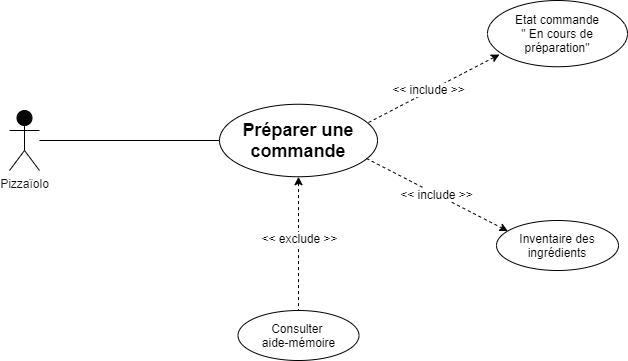
Above: Diag_GestionDesCommandes/Pizzaiolo/usecase_GestionCommandes_PIZ.png in Eidocode/OC_Project4 (draw.io), before the change. Source tidied: cells renumbered, new cells last; positions are measured from the earlier drawing's top-left corner, leaving out a move shared by most shapes. The source it was exported from:
```xml
<mxGraphModel>
  <root>
    <mxCell id="0" />
    <mxCell id="1" parent="0" />
    <mxCell id="2" value="Pizzaïolo" style="shape=umlActor;verticalLabelPosition=bottom;labelBackgroundColor=#ffffff;verticalAlign=top;html=1;fillColor=#050505;fontSize=12;fontColor=#141414;align=center;" parent="1" vertex="1">
      <mxGeometry y="110" width="30" height="60" as="geometry" />
    </mxCell>
    <mxCell id="3" style="endArrow=none;html=1;fontSize=12;fontColor=#141414;entryX=0;entryY=0.5;entryDx=0;entryDy=0;" parent="1" edge="1" source="2" target="4">
      <mxGeometry relative="1" as="geometry" />
    </mxCell>
    <mxCell id="4" value="&lt;font style=&quot;font-size: 18px&quot;&gt;&lt;b&gt;Préparer une commande&lt;/b&gt;&lt;/font&gt;" style="ellipse;whiteSpace=wrap;html=1;" parent="1" vertex="1">
      <mxGeometry x="210" y="103.8" width="158" height="72.5" as="geometry" />
    </mxCell>
    <mxCell id="5" style="endArrow=classic;dashed=1;html=1;entryX=0.086;entryY=0.815;entryDx=0;entryDy=0;exitX=0.943;exitY=0.252;exitDx=0;exitDy=0;startArrow=none;startFill=0;endFill=1;entryPerimeter=0;exitPerimeter=0;" parent="1" edge="1" source="4" target="7">
      <mxGeometry relative="1" as="geometry" />
    </mxCell>
    <mxCell id="6" value="&amp;lt;&amp;lt; include &amp;gt;&amp;gt;" style="text;html=1;align=center;verticalAlign=middle;labelBackgroundColor=#ffffff;" parent="5" vertex="1">
      <mxGeometry x="0.26" relative="1" as="geometry">
        <mxPoint x="-23" y="9.4" as="offset" />
      </mxGeometry>
    </mxCell>
    <mxCell id="7" value="Etat commande&lt;br&gt;&quot; En cours de préparation&quot;" style="ellipse;whiteSpace=wrap;html=1;" parent="1" vertex="1">
      <mxGeometry x="478" width="140" height="66.2" as="geometry" />
    </mxCell>
    <mxCell id="8" style="endArrow=classic;dashed=1;html=1;entryX=0.093;entryY=0.211;entryDx=0;entryDy=0;exitX=0.93;exitY=0.748;exitDx=0;exitDy=0;startArrow=none;startFill=0;endFill=1;entryPerimeter=0;exitPerimeter=0;" parent="1" edge="1" source="4" target="10">
      <mxGeometry relative="1" as="geometry" />
    </mxCell>
    <mxCell id="9" value="&amp;lt;&amp;lt; include &amp;gt;&amp;gt;" style="text;html=1;align=center;verticalAlign=middle;labelBackgroundColor=#ffffff;" parent="8" vertex="1">
      <mxGeometry x="0.26" relative="1" as="geometry">
        <mxPoint x="-19.2" y="-9.7" as="offset" />
      </mxGeometry>
    </mxCell>
    <mxCell id="10" value="Inventaire des&lt;br&gt;ingrédients" style="ellipse;whiteSpace=wrap;html=1;" parent="1" vertex="1">
      <mxGeometry x="487" y="220" width="122" height="50" as="geometry" />
    </mxCell>
    <mxCell id="11" value="Consulter&amp;nbsp;&lt;br&gt;aide-mémoire" style="ellipse;whiteSpace=wrap;html=1;" parent="1" vertex="1">
      <mxGeometry x="228.5" y="310" width="121" height="50" as="geometry" />
    </mxCell>
    <mxCell id="12" style="endArrow=none;dashed=1;html=1;entryX=0.5;entryY=0;entryDx=0;entryDy=0;exitX=0.5;exitY=1;exitDx=0;exitDy=0;startArrow=classic;startFill=1;endFill=0;" parent="1" edge="1" source="4" target="11">
      <mxGeometry relative="1" as="geometry" />
    </mxCell>
    <mxCell id="13" value="&amp;lt;&amp;lt; exclude &amp;gt;&amp;gt;" style="text;html=1;align=center;verticalAlign=middle;labelBackgroundColor=#ffffff;" parent="12" vertex="1">
      <mxGeometry x="0.26" relative="1" as="geometry">
        <mxPoint y="-23.1" as="offset" />
      </mxGeometry>
    </mxCell>
  </root>
</mxGraphModel>
```
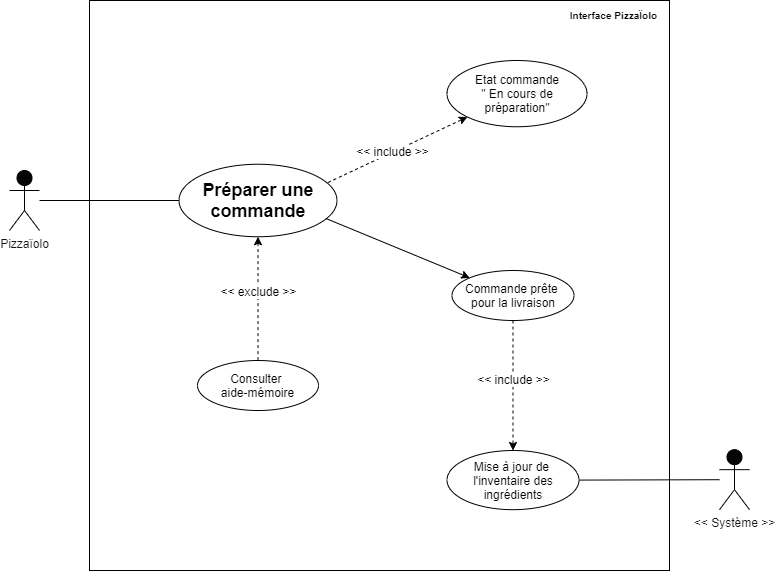
The same file after the commit.

Commit message:
Add diagrams Feedback Sprint3

What changed in the source:
```diff
@@ -3,15 +3,15 @@
     <mxCell id="0" />
     <mxCell id="1" parent="0" />
     <mxCell id="2" value="Pizzaïolo" style="shape=umlActor;verticalLabelPosition=bottom;labelBackgroundColor=#ffffff;verticalAlign=top;html=1;fillColor=#050505;fontSize=12;fontColor=#141414;align=center;" parent="1" vertex="1">
-      <mxGeometry y="110" width="30" height="60" as="geometry" />
+      <mxGeometry x="-20" y="110" width="30" height="60" as="geometry" />
     </mxCell>
     <mxCell id="3" style="endArrow=none;html=1;fontSize=12;fontColor=#141414;entryX=0;entryY=0.5;entryDx=0;entryDy=0;" parent="1" edge="1" source="2" target="4">
       <mxGeometry relative="1" as="geometry" />
     </mxCell>
     <mxCell id="4" value="&lt;font style=&quot;font-size: 18px&quot;&gt;&lt;b&gt;Préparer une commande&lt;/b&gt;&lt;/font&gt;" style="ellipse;whiteSpace=wrap;html=1;" parent="1" vertex="1">
-      <mxGeometry x="210" y="103.8" width="158" height="72.5" as="geometry" />
+      <mxGeometry x="149.5" y="103.8" width="158" height="72.5" as="geometry" />
     </mxCell>
-    <mxCell id="5" style="endArrow=classic;dashed=1;html=1;entryX=0.086;entryY=0.815;entryDx=0;entryDy=0;exitX=0.943;exitY=0.252;exitDx=0;exitDy=0;startArrow=none;startFill=0;endFill=1;entryPerimeter=0;exitPerimeter=0;" parent="1" edge="1" source="4" target="7">
+    <mxCell id="5" style="endArrow=classic;dashed=1;html=1;exitX=0.943;exitY=0.252;exitDx=0;exitDy=0;startArrow=none;startFill=0;endFill=1;exitPerimeter=0;entryX=0;entryY=1;entryDx=0;entryDy=0;" parent="1" edge="1" source="4" target="7">
       <mxGeometry relative="1" as="geometry" />
     </mxCell>
     <mxCell id="6" value="&amp;lt;&amp;lt; include &amp;gt;&amp;gt;" style="text;html=1;align=center;verticalAlign=middle;labelBackgroundColor=#ffffff;" parent="5" vertex="1">
@@ -20,21 +20,13 @@
       </mxGeometry>
     </mxCell>
     <mxCell id="7" value="Etat commande&lt;br&gt;&quot; En cours de préparation&quot;" style="ellipse;whiteSpace=wrap;html=1;" parent="1" vertex="1">
-      <mxGeometry x="478" width="140" height="66.2" as="geometry" />
+      <mxGeometry x="417.5" width="140" height="66.2" as="geometry" />
     </mxCell>
-    <mxCell id="8" style="endArrow=classic;dashed=1;html=1;entryX=0.093;entryY=0.211;entryDx=0;entryDy=0;exitX=0.93;exitY=0.748;exitDx=0;exitDy=0;startArrow=none;startFill=0;endFill=1;entryPerimeter=0;exitPerimeter=0;" parent="1" edge="1" source="4" target="10">
+    <mxCell id="8" style="endArrow=classic;html=1;exitX=0.93;exitY=0.748;exitDx=0;exitDy=0;startArrow=none;startFill=0;endFill=1;exitPerimeter=0;entryX=0;entryY=0;entryDx=0;entryDy=0;" parent="1" edge="1" source="4" target="14">
       <mxGeometry relative="1" as="geometry" />
     </mxCell>
-    <mxCell id="9" value="&amp;lt;&amp;lt; include &amp;gt;&amp;gt;" style="text;html=1;align=center;verticalAlign=middle;labelBackgroundColor=#ffffff;" parent="8" vertex="1">
-      <mxGeometry x="0.26" relative="1" as="geometry">
-        <mxPoint x="-19.2" y="-9.7" as="offset" />
-      </mxGeometry>
-    </mxCell>
-    <mxCell id="10" value="Inventaire des&lt;br&gt;ingrédients" style="ellipse;whiteSpace=wrap;html=1;" parent="1" vertex="1">
-      <mxGeometry x="487" y="220" width="122" height="50" as="geometry" />
-    </mxCell>
     <mxCell id="11" value="Consulter&amp;nbsp;&lt;br&gt;aide-mémoire" style="ellipse;whiteSpace=wrap;html=1;" parent="1" vertex="1">
-      <mxGeometry x="228.5" y="310" width="121" height="50" as="geometry" />
+      <mxGeometry x="168" y="300" width="121" height="50" as="geometry" />
     </mxCell>
     <mxCell id="12" style="endArrow=none;dashed=1;html=1;entryX=0.5;entryY=0;entryDx=0;entryDy=0;exitX=0.5;exitY=1;exitDx=0;exitDy=0;startArrow=classic;startFill=1;endFill=0;" parent="1" edge="1" source="4" target="11">
       <mxGeometry relative="1" as="geometry" />
@@ -44,5 +36,28 @@
         <mxPoint y="-23.1" as="offset" />
       </mxGeometry>
     </mxCell>
+    <mxCell id="14" value="Commande prête &lt;br&gt;pour la livraison" style="ellipse;whiteSpace=wrap;html=1;" parent="1" vertex="1">
+      <mxGeometry x="422.5" y="210" width="122" height="50" as="geometry" />
+    </mxCell>
+    <mxCell id="15" value="Mise à jour de &lt;br&gt;l'inventaire des ingrédients" style="ellipse;whiteSpace=wrap;html=1;" parent="1" vertex="1">
+      <mxGeometry x="417.5" y="390" width="132" height="59.2" as="geometry" />
+    </mxCell>
+    <mxCell id="16" style="endArrow=classic;dashed=1;html=1;exitX=0.5;exitY=1;exitDx=0;exitDy=0;startArrow=none;startFill=0;endFill=1;entryX=0.5;entryY=0;entryDx=0;entryDy=0;" parent="1" edge="1" source="14" target="15">
+      <mxGeometry relative="1" as="geometry" />
+    </mxCell>
+    <mxCell id="9" value="&amp;lt;&amp;lt; include &amp;gt;&amp;gt;" style="text;html=1;align=center;verticalAlign=middle;labelBackgroundColor=#ffffff;" parent="16" vertex="1">
+      <mxGeometry x="0.26" relative="1" as="geometry">
+        <mxPoint y="-23.3" as="offset" />
+      </mxGeometry>
+    </mxCell>
+    <mxCell id="17" value="&amp;lt;&amp;lt; Système &amp;gt;&amp;gt;" style="shape=umlActor;verticalLabelPosition=bottom;labelBackgroundColor=#ffffff;verticalAlign=top;html=1;fillColor=#050505;fontSize=12;fontColor=#141414;align=center;" parent="1" vertex="1">
+      <mxGeometry x="690" y="389.2" width="30" height="60" as="geometry" />
+    </mxCell>
+    <mxCell id="18" style="endArrow=none;html=1;fontSize=12;fontColor=#141414;exitX=1;exitY=0.5;exitDx=0;exitDy=0;" parent="1" edge="1" source="15" target="17">
+      <mxGeometry relative="1" as="geometry" />
+    </mxCell>
+    <mxCell id="19" value="Interface PizzaÏolo" style="html=1;fillColor=none;align=right;verticalAlign=top;spacingTop=0;spacingLeft=0;spacingRight=8;spacing=5;spacingBottom=0;labelPosition=center;verticalLabelPosition=middle;fontColor=#000000;labelBackgroundColor=none;labelBorderColor=none;fontStyle=1;fontSize=10;" parent="1" vertex="1">
+      <mxGeometry x="60" y="-60" width="580" height="570" as="geometry" />
+    </mxCell>
   </root>
 </mxGraphModel>
```
